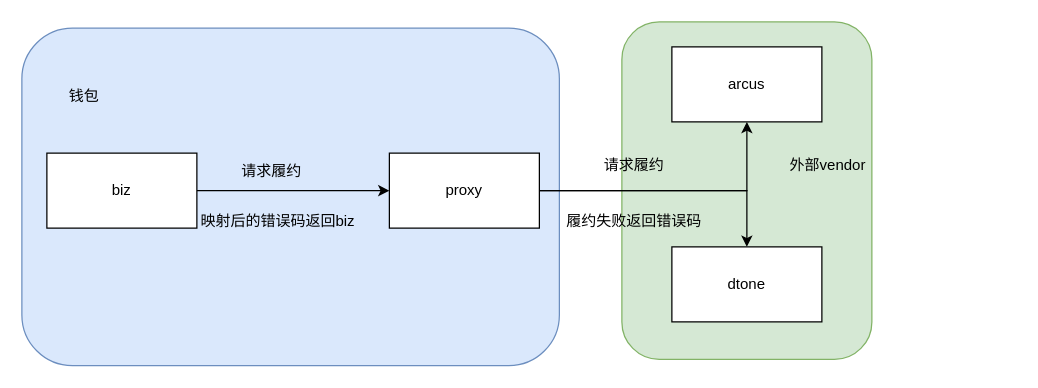
Before: biz履约链路.drawio in jichuanwang/IA003CoCoSci, a draw.io diagram. Source tidied: cells renumbered, new cells numbered last; positions are measured from the earlier drawing's top-left corner, leaving out a move shared by most shapes. Both pictures are drawn from the tidied source at 125%, with x=0, y=0 at pixel (21, 21).
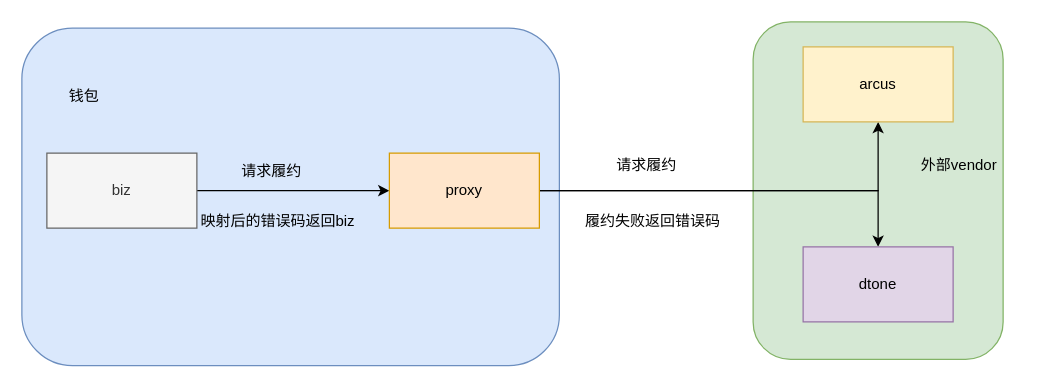
Above is the later version.

Commit message (it also covers changes not shown here):
更新biz履约链路.drawio

The edit, as a diff of the source:
```diff
@@
 <mxGraphModel>
   <root>
     <mxCell id="0" />
     <mxCell id="1" parent="0" />
     <mxCell id="2" style="rounded=1;whiteSpace=wrap;html=1;fillColor=#d5e8d4;strokeColor=#82b366;" parent="1" vertex="1">
-      <mxGeometry x="480" width="200" height="270" as="geometry" />
+      <mxGeometry x="585" width="200" height="270" as="geometry" />
     </mxCell>
     <mxCell id="3" style="rounded=1;whiteSpace=wrap;html=1;fillColor=#dae8fc;strokeColor=#6c8ebf;" parent="1" vertex="1">
       <mxGeometry y="5" width="430" height="270" as="geometry" />
     </mxCell>
     <mxCell id="4" style="edgeStyle=orthogonalEdgeStyle;rounded=0;jettySize=auto;html=1;" parent="1" edge="1" source="5" target="8">
       <mxGeometry relative="1" as="geometry" />
     </mxCell>
-    <mxCell id="5" value="biz" style="rounded=0;whiteSpace=wrap;html=1;" parent="1" vertex="1">
+    <mxCell id="5" value="biz" style="rounded=0;whiteSpace=wrap;html=1;fillColor=#f5f5f5;fontColor=#333333;strokeColor=#666666;" parent="1" vertex="1">
       <mxGeometry x="20" y="105" width="120" height="60" as="geometry" />
     </mxCell>
     <mxCell id="6" style="edgeStyle=orthogonalEdgeStyle;rounded=0;jettySize=auto;html=1;exitX=1;exitY=0.5;exitDx=0;exitDy=0;" parent="1" edge="1" source="8" target="10">
       <mxGeometry relative="1" as="geometry" />
     </mxCell>
     <mxCell id="7" style="edgeStyle=orthogonalEdgeStyle;rounded=0;jettySize=auto;html=1;" parent="1" edge="1" source="8" target="9">
       <mxGeometry relative="1" as="geometry" />
     </mxCell>
-    <mxCell id="8" value="proxy" style="whiteSpace=wrap;html=1;rounded=0;" parent="1" vertex="1">
+    <mxCell id="8" value="proxy" style="whiteSpace=wrap;html=1;rounded=0;fillColor=#ffe6cc;strokeColor=#d79b00;" parent="1" vertex="1">
       <mxGeometry x="294" y="105" width="120" height="60" as="geometry" />
     </mxCell>
-    <mxCell id="9" value="arcus" style="whiteSpace=wrap;html=1;rounded=0;" parent="1" vertex="1">
-      <mxGeometry x="520" y="20" width="120" height="60" as="geometry" />
+    <mxCell id="9" value="arcus" style="whiteSpace=wrap;html=1;rounded=0;fillColor=#fff2cc;strokeColor=#d6b656;" parent="1" vertex="1">
+      <mxGeometry x="625" y="20" width="120" height="60" as="geometry" />
     </mxCell>
-    <mxCell id="10" value="dtone" style="whiteSpace=wrap;html=1;rounded=0;" parent="1" vertex="1">
-      <mxGeometry x="520" y="180" width="120" height="60" as="geometry" />
+    <mxCell id="10" value="dtone" style="whiteSpace=wrap;html=1;rounded=0;fillColor=#e1d5e7;strokeColor=#9673a6;" parent="1" vertex="1">
+      <mxGeometry x="625" y="180" width="120" height="60" as="geometry" />
     </mxCell>
     <mxCell id="11" value="钱包" style="text;html=1;strokeColor=none;fillColor=none;align=center;verticalAlign=middle;whiteSpace=wrap;rounded=0;" parent="1" vertex="1">
       <mxGeometry x="20" y="45" width="60" height="30" as="geometry" />
     </mxCell>
     <mxCell id="12" value="外部vendor" style="text;html=1;strokeColor=none;fillColor=none;align=center;verticalAlign=middle;whiteSpace=wrap;rounded=0;" parent="1" vertex="1">
-      <mxGeometry x="600" y="100" width="90" height="30" as="geometry" />
+      <mxGeometry x="705" y="100" width="90" height="30" as="geometry" />
     </mxCell>
     <mxCell id="13" value="请求履约" style="text;html=1;strokeColor=none;fillColor=none;align=center;verticalAlign=middle;whiteSpace=wrap;rounded=0;" parent="1" vertex="1">
       <mxGeometry x="170" y="105" width="60" height="30" as="geometry" />
     </mxCell>
     <mxCell id="14" value="请求履约" style="text;html=1;strokeColor=none;fillColor=none;align=center;verticalAlign=middle;whiteSpace=wrap;rounded=0;" parent="1" vertex="1">
-      <mxGeometry x="460" y="100" width="60" height="30" as="geometry" />
+      <mxGeometry x="470" y="100" width="60" height="30" as="geometry" />
     </mxCell>
     <mxCell id="15" value="履约失败返回错误码" style="text;html=1;strokeColor=none;fillColor=none;align=center;verticalAlign=middle;whiteSpace=wrap;rounded=0;" parent="1" vertex="1">
-      <mxGeometry x="435" y="145" width="110" height="30" as="geometry" />
+      <mxGeometry x="450" y="145" width="110" height="30" as="geometry" />
     </mxCell>
     <mxCell id="16" value="映射后的错误码返回biz" style="text;html=1;strokeColor=none;fillColor=none;align=center;verticalAlign=middle;whiteSpace=wrap;rounded=0;" parent="1" vertex="1">
       <mxGeometry x="140" y="145" width="130" height="30" as="geometry" />
     </mxCell>
   </root>
 </mxGraphModel>
```
